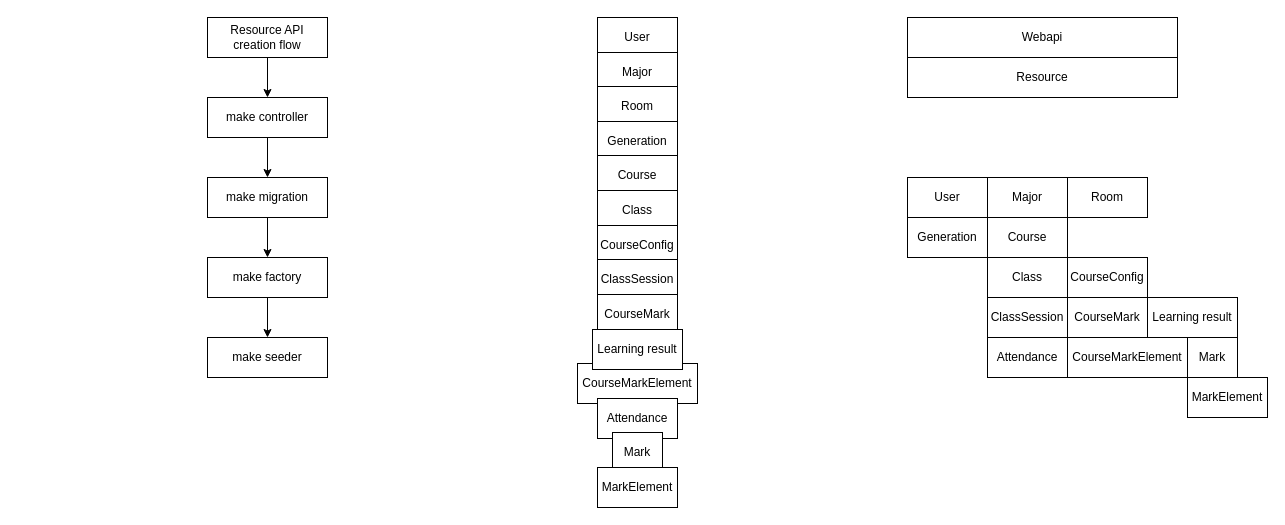
This is laravel/docs/lms.drawio from wind198/lms_vue_laravel, a draw.io file, before an edit. Source tidied: cells renumbered, new cells numbered last; positions are measured from the earlier drawing's top-left corner, leaving out a move shared by most shapes. Both pictures are drawn from the tidied source at 100%, with x=0, y=0 at pixel (207, 17).
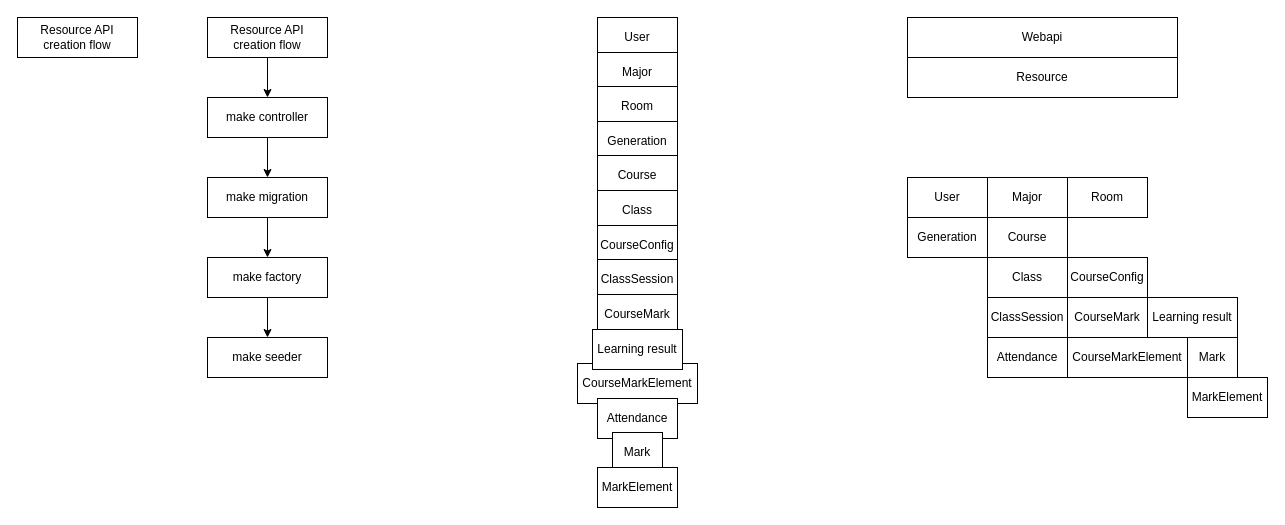
The same page after the edit.

What changed in the source:
```diff
@@
+    <mxCell id="43" value="Resource API creation flow" style="rounded=0;whiteSpace=wrap;html=1;" parent="1" vertex="1">
+      <mxGeometry x="-190" width="120" height="40" as="geometry" />
+    </mxCell>
```
